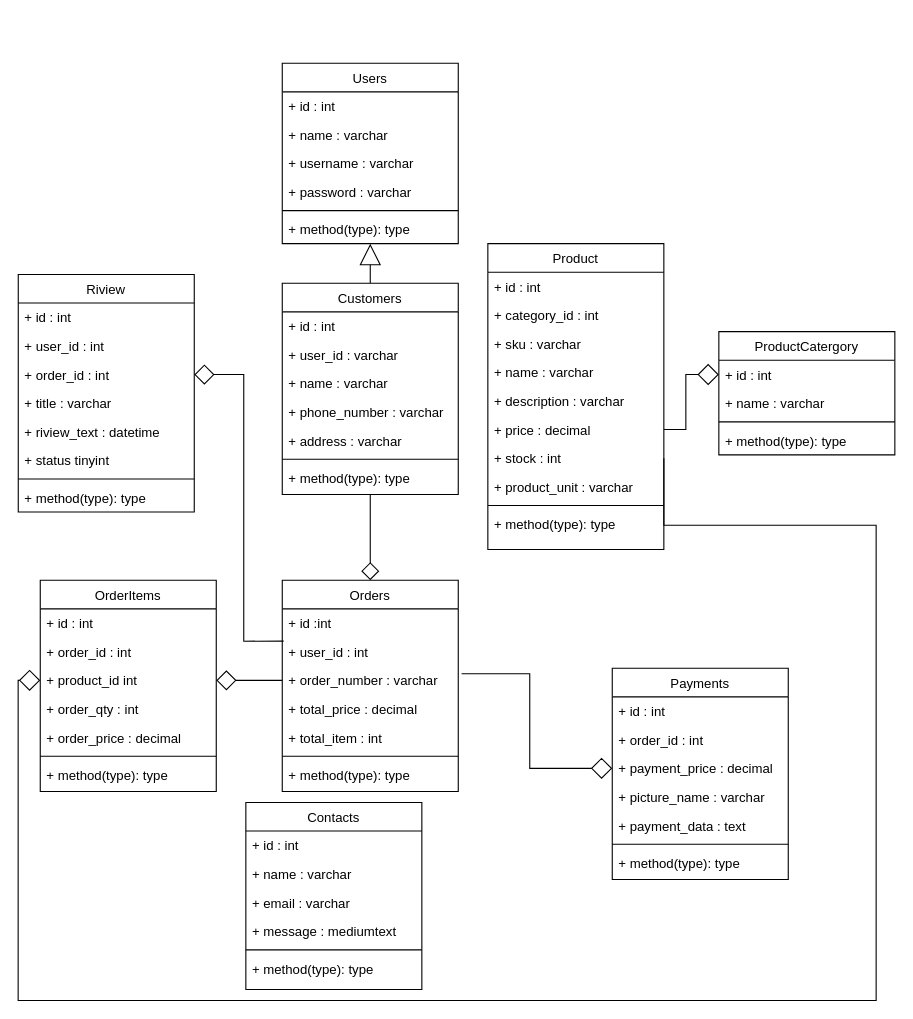
This is page "Page-1" (1 of 7) of File_Proyek3/diagram class.drawio from aldinurhanudin/Vmart_API, a draw.io file, before an edit. Source tidied: cells renumbered, new cells numbered last; positions are measured from the earlier drawing's top-left corner, leaving out a move shared by most shapes. Both pictures are drawn from the tidied source at 110%, with x=0, y=0 at pixel (18, 63).
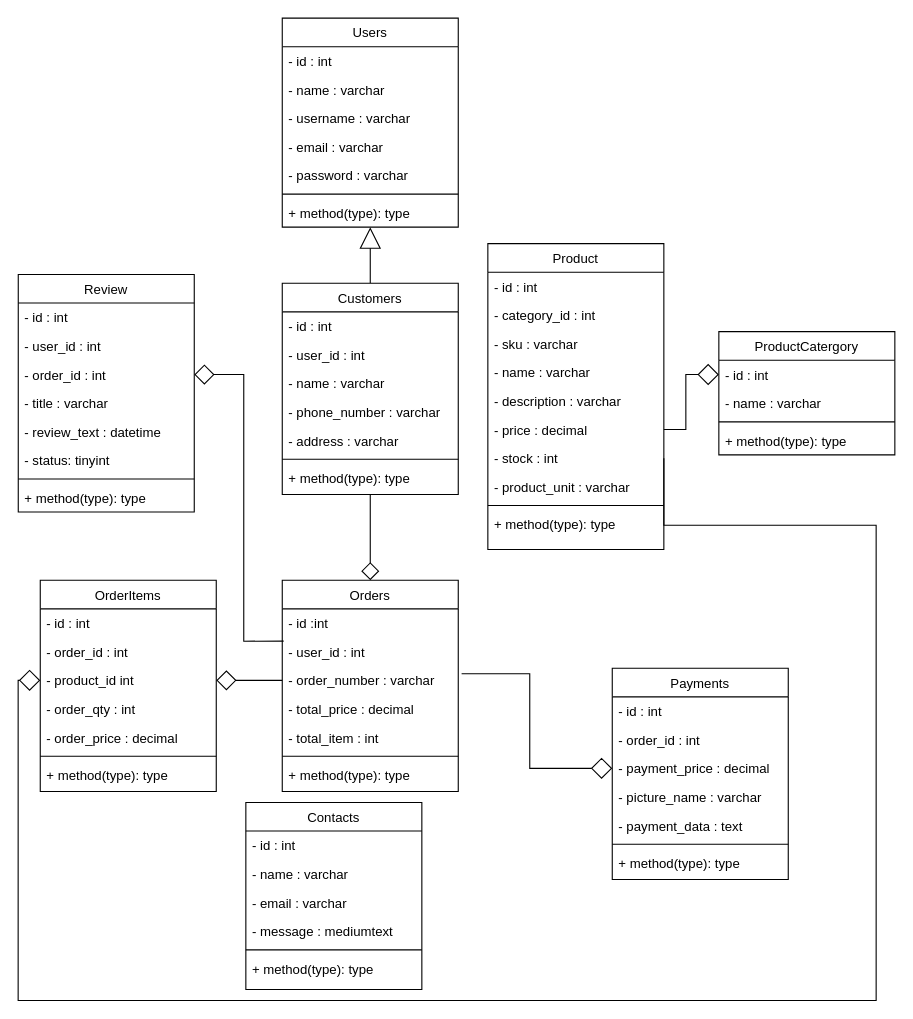
After the change.

Commit message:
revisi diagram class

Unchanged cells that the change refers to:
```xml
<mxCell id="2" value="Contacts" style="swimlane;fontStyle=0;align=center;verticalAlign=top;horizontal=1;startSize=26;rounded=0;shadow=0;strokeWidth=1;" parent="1" vertex="1">
  <mxGeometry x="207" y="672" width="160" height="170" as="geometry" />
</mxCell>
<mxCell id="10" value="Customers" style="swimlane;fontStyle=0;align=center;verticalAlign=top;horizontal=1;startSize=26;rounded=0;shadow=0;strokeWidth=1;" parent="1" vertex="1">
  <mxGeometry x="240.1" y="200" width="160" height="192" as="geometry" />
</mxCell>
<mxCell id="18" value="Product" style="swimlane;fontStyle=0;align=center;verticalAlign=top;horizontal=1;startSize=26;rounded=0;shadow=0;strokeWidth=1;" parent="1" vertex="1">
  <mxGeometry x="427" y="164" width="160" height="278" as="geometry" />
</mxCell>
<mxCell id="29" value="Payments" style="swimlane;fontStyle=0;align=center;verticalAlign=top;horizontal=1;startSize=26;rounded=0;shadow=0;strokeWidth=1;" parent="1" vertex="1">
  <mxGeometry x="540.1" y="550" width="160" height="192" as="geometry" />
</mxCell>
<mxCell id="45" value="Orders" style="swimlane;fontStyle=0;align=center;verticalAlign=top;horizontal=1;startSize=26;rounded=0;shadow=0;strokeWidth=1;" parent="1" vertex="1">
  <mxGeometry x="240.1" y="470" width="160" height="192" as="geometry" />
</mxCell>
<mxCell id="53" value="OrderItems" style="swimlane;fontStyle=0;align=center;verticalAlign=top;horizontal=1;startSize=26;rounded=0;shadow=0;strokeWidth=1;" parent="1" vertex="1">
  <mxGeometry x="20.1" y="470" width="160" height="192" as="geometry" />
</mxCell>
<mxCell id="61" value="ProductCatergory" style="swimlane;fontStyle=0;align=center;verticalAlign=top;horizontal=1;startSize=26;rounded=0;shadow=0;strokeWidth=1;" parent="1" vertex="1">
  <mxGeometry x="637" y="244" width="160" height="112" as="geometry" />
</mxCell>
```

Change to the diagram source:
```diff
@@
-    <mxCell id="3" value="+ id : int" style="text;align=left;verticalAlign=top;spacingLeft=4;spacingRight=4;overflow=hidden;" parent="2" vertex="1">
+    <mxCell id="3" value="- id : int" style="text;align=left;verticalAlign=top;spacingLeft=4;spacingRight=4;overflow=hidden;" parent="2" vertex="1">
       <mxGeometry y="26" width="160" height="26" as="geometry" />
     </mxCell>
-    <mxCell id="4" value="+ name : varchar" style="text;align=left;verticalAlign=top;spacingLeft=4;spacingRight=4;overflow=hidden;rounded=0;shadow=0;html=0;" parent="2" vertex="1">
+    <mxCell id="4" value="- name : varchar" style="text;align=left;verticalAlign=top;spacingLeft=4;spacingRight=4;overflow=hidden;rounded=0;shadow=0;html=0;" parent="2" vertex="1">
       <mxGeometry y="52" width="160" height="26" as="geometry" />
     </mxCell>
-    <mxCell id="5" value="+ email : varchar" style="text;align=left;verticalAlign=top;spacingLeft=4;spacingRight=4;overflow=hidden;rounded=0;shadow=0;html=0;" parent="2" vertex="1">
+    <mxCell id="5" value="- email : varchar" style="text;align=left;verticalAlign=top;spacingLeft=4;spacingRight=4;overflow=hidden;rounded=0;shadow=0;html=0;" parent="2" vertex="1">
       <mxGeometry y="78" width="160" height="26" as="geometry" />
     </mxCell>
-    <mxCell id="6" value="+ message : mediumtext" style="text;align=left;verticalAlign=top;spacingLeft=4;spacingRight=4;overflow=hidden;rounded=0;shadow=0;html=0;" parent="2" vertex="1">
+    <mxCell id="6" value="- message : mediumtext" style="text;align=left;verticalAlign=top;spacingLeft=4;spacingRight=4;overflow=hidden;rounded=0;shadow=0;html=0;" parent="2" vertex="1">
       <mxGeometry y="104" width="160" height="26" as="geometry" />
     </mxCell>
@@
-    <mxCell id="11" value="+ id : int" style="text;align=left;verticalAlign=top;spacingLeft=4;spacingRight=4;overflow=hidden;" parent="10" vertex="1">
+    <mxCell id="11" value="- id : int" style="text;align=left;verticalAlign=top;spacingLeft=4;spacingRight=4;overflow=hidden;" parent="10" vertex="1">
       <mxGeometry y="26" width="160" height="26" as="geometry" />
     </mxCell>
-    <mxCell id="12" value="+ user_id : varchar" style="text;align=left;verticalAlign=top;spacingLeft=4;spacingRight=4;overflow=hidden;rounded=0;shadow=0;html=0;" parent="10" vertex="1">
+    <mxCell id="12" value="- user_id : int" style="text;align=left;verticalAlign=top;spacingLeft=4;spacingRight=4;overflow=hidden;rounded=0;shadow=0;html=0;" parent="10" vertex="1">
       <mxGeometry y="52" width="160" height="26" as="geometry" />
     </mxCell>
-    <mxCell id="13" value="+ name : varchar" style="text;align=left;verticalAlign=top;spacingLeft=4;spacingRight=4;overflow=hidden;rounded=0;shadow=0;html=0;" parent="10" vertex="1">
+    <mxCell id="13" value="- name : varchar" style="text;align=left;verticalAlign=top;spacingLeft=4;spacingRight=4;overflow=hidden;rounded=0;shadow=0;html=0;" parent="10" vertex="1">
       <mxGeometry y="78" width="160" height="26" as="geometry" />
     </mxCell>
-    <mxCell id="14" value="+ phone_number : varchar" style="text;align=left;verticalAlign=top;spacingLeft=4;spacingRight=4;overflow=hidden;rounded=0;shadow=0;html=0;" parent="10" vertex="1">
+    <mxCell id="14" value="- phone_number : varchar" style="text;align=left;verticalAlign=top;spacingLeft=4;spacingRight=4;overflow=hidden;rounded=0;shadow=0;html=0;" parent="10" vertex="1">
       <mxGeometry y="104" width="160" height="26" as="geometry" />
     </mxCell>
-    <mxCell id="15" value="+ address : varchar" style="text;align=left;verticalAlign=top;spacingLeft=4;spacingRight=4;overflow=hidden;rounded=0;shadow=0;html=0;" parent="10" vertex="1">
+    <mxCell id="15" value="- address : varchar" style="text;align=left;verticalAlign=top;spacingLeft=4;spacingRight=4;overflow=hidden;rounded=0;shadow=0;html=0;" parent="10" vertex="1">
       <mxGeometry y="130" width="160" height="26" as="geometry" />
     </mxCell>
@@
-    <mxCell id="19" value="+ id : int" style="text;align=left;verticalAlign=top;spacingLeft=4;spacingRight=4;overflow=hidden;" parent="18" vertex="1">
+    <mxCell id="19" value="- id : int" style="text;align=left;verticalAlign=top;spacingLeft=4;spacingRight=4;overflow=hidden;" parent="18" vertex="1">
       <mxGeometry y="26" width="160" height="26" as="geometry" />
     </mxCell>
-    <mxCell id="20" value="+ category_id : int" style="text;align=left;verticalAlign=top;spacingLeft=4;spacingRight=4;overflow=hidden;" parent="18" vertex="1">
+    <mxCell id="20" value="- category_id : int" style="text;align=left;verticalAlign=top;spacingLeft=4;spacingRight=4;overflow=hidden;" parent="18" vertex="1">
       <mxGeometry y="52" width="160" height="26" as="geometry" />
     </mxCell>
-    <mxCell id="21" value="+ sku : varchar" style="text;align=left;verticalAlign=top;spacingLeft=4;spacingRight=4;overflow=hidden;" parent="18" vertex="1">
+    <mxCell id="21" value="- sku : varchar" style="text;align=left;verticalAlign=top;spacingLeft=4;spacingRight=4;overflow=hidden;" parent="18" vertex="1">
       <mxGeometry y="78" width="160" height="26" as="geometry" />
     </mxCell>
-    <mxCell id="22" value="+ name : varchar" style="text;align=left;verticalAlign=top;spacingLeft=4;spacingRight=4;overflow=hidden;" parent="18" vertex="1">
+    <mxCell id="22" value="- name : varchar" style="text;align=left;verticalAlign=top;spacingLeft=4;spacingRight=4;overflow=hidden;" parent="18" vertex="1">
       <mxGeometry y="104" width="160" height="26" as="geometry" />
     </mxCell>
-    <mxCell id="23" value="+ description : varchar" style="text;align=left;verticalAlign=top;spacingLeft=4;spacingRight=4;overflow=hidden;" parent="18" vertex="1">
+    <mxCell id="23" value="- description : varchar" style="text;align=left;verticalAlign=top;spacingLeft=4;spacingRight=4;overflow=hidden;" parent="18" vertex="1">
       <mxGeometry y="130" width="160" height="26" as="geometry" />
     </mxCell>
-    <mxCell id="24" value="+ price : decimal" style="text;align=left;verticalAlign=top;spacingLeft=4;spacingRight=4;overflow=hidden;points=[[0,0.5],[1,0.5]];portConstraint=eastwest;" parent="18" vertex="1">
+    <mxCell id="24" value="- price : decimal" style="text;align=left;verticalAlign=top;spacingLeft=4;spacingRight=4;overflow=hidden;points=[[0,0.5],[1,0.5]];portConstraint=eastwest;" parent="18" vertex="1">
       <mxGeometry y="156" width="160" height="26" as="geometry" />
     </mxCell>
-    <mxCell id="25" value="+ stock : int" style="text;align=left;verticalAlign=top;spacingLeft=4;spacingRight=4;overflow=hidden;points=[[0,0.5],[1,0.5]];portConstraint=eastwest;" parent="18" vertex="1">
+    <mxCell id="25" value="- stock : int" style="text;align=left;verticalAlign=top;spacingLeft=4;spacingRight=4;overflow=hidden;points=[[0,0.5],[1,0.5]];portConstraint=eastwest;" parent="18" vertex="1">
       <mxGeometry y="182" width="160" height="26" as="geometry" />
     </mxCell>
-    <mxCell id="26" value="+ product_unit : varchar" style="text;align=left;verticalAlign=top;spacingLeft=4;spacingRight=4;overflow=hidden;" parent="18" vertex="1">
+    <mxCell id="26" value="- product_unit : varchar" style="text;align=left;verticalAlign=top;spacingLeft=4;spacingRight=4;overflow=hidden;" parent="18" vertex="1">
       <mxGeometry y="208" width="160" height="26" as="geometry" />
     </mxCell>
@@
-    <mxCell id="30" value="+ id : int" style="text;align=left;verticalAlign=top;spacingLeft=4;spacingRight=4;overflow=hidden;" parent="29" vertex="1">
+    <mxCell id="30" value="- id : int" style="text;align=left;verticalAlign=top;spacingLeft=4;spacingRight=4;overflow=hidden;" parent="29" vertex="1">
       <mxGeometry y="26" width="160" height="26" as="geometry" />
     </mxCell>
-    <mxCell id="31" value="+ order_id : int" style="text;align=left;verticalAlign=top;spacingLeft=4;spacingRight=4;overflow=hidden;rounded=0;shadow=0;html=0;" parent="29" vertex="1">
+    <mxCell id="31" value="- order_id : int" style="text;align=left;verticalAlign=top;spacingLeft=4;spacingRight=4;overflow=hidden;rounded=0;shadow=0;html=0;" parent="29" vertex="1">
       <mxGeometry y="52" width="160" height="26" as="geometry" />
     </mxCell>
-    <mxCell id="32" value="+ payment_price : decimal" style="text;align=left;verticalAlign=top;spacingLeft=4;spacingRight=4;overflow=hidden;points=[[0,0.5],[1,0.5]];portConstraint=eastwest;rounded=0;shadow=0;html=0;" parent="29" vertex="1">
+    <mxCell id="32" value="- payment_price : decimal" style="text;align=left;verticalAlign=top;spacingLeft=4;spacingRight=4;overflow=hidden;points=[[0,0.5],[1,0.5]];portConstraint=eastwest;rounded=0;shadow=0;html=0;" parent="29" vertex="1">
       <mxGeometry y="78" width="160" height="26" as="geometry" />
     </mxCell>
-    <mxCell id="33" value="+ picture_name : varchar" style="text;align=left;verticalAlign=top;spacingLeft=4;spacingRight=4;overflow=hidden;rounded=0;shadow=0;html=0;" parent="29" vertex="1">
+    <mxCell id="33" value="- picture_name : varchar" style="text;align=left;verticalAlign=top;spacingLeft=4;spacingRight=4;overflow=hidden;rounded=0;shadow=0;html=0;" parent="29" vertex="1">
       <mxGeometry y="104" width="160" height="26" as="geometry" />
     </mxCell>
-    <mxCell id="34" value="+ payment_data : text" style="text;align=left;verticalAlign=top;spacingLeft=4;spacingRight=4;overflow=hidden;rounded=0;shadow=0;html=0;" parent="29" vertex="1">
+    <mxCell id="34" value="- payment_data : text" style="text;align=left;verticalAlign=top;spacingLeft=4;spacingRight=4;overflow=hidden;rounded=0;shadow=0;html=0;" parent="29" vertex="1">
       <mxGeometry y="130" width="160" height="26" as="geometry" />
     </mxCell>
@@
     <mxCell id="37" value="Users" style="swimlane;fontStyle=0;align=center;verticalAlign=top;horizontal=1;startSize=26;rounded=0;shadow=0;strokeWidth=1;" parent="1" vertex="1">
-      <mxGeometry x="240.1" width="160" height="164" as="geometry" />
+      <mxGeometry x="240.1" y="-41" width="160" height="190" as="geometry" />
     </mxCell>
-    <mxCell id="38" value="+ id : int" style="text;align=left;verticalAlign=top;spacingLeft=4;spacingRight=4;overflow=hidden;" parent="37" vertex="1">
+    <mxCell id="38" value="- id : int" style="text;align=left;verticalAlign=top;spacingLeft=4;spacingRight=4;overflow=hidden;" parent="37" vertex="1">
       <mxGeometry y="26" width="160" height="26" as="geometry" />
     </mxCell>
-    <mxCell id="39" value="+ name : varchar" style="text;align=left;verticalAlign=top;spacingLeft=4;spacingRight=4;overflow=hidden;" parent="37" vertex="1">
+    <mxCell id="39" value="- name : varchar" style="text;align=left;verticalAlign=top;spacingLeft=4;spacingRight=4;overflow=hidden;" parent="37" vertex="1">
       <mxGeometry y="52" width="160" height="26" as="geometry" />
     </mxCell>
-    <mxCell id="40" value="+ username : varchar" style="text;align=left;verticalAlign=top;spacingLeft=4;spacingRight=4;overflow=hidden;" parent="37" vertex="1">
+    <mxCell id="40" value="- username : varchar" style="text;align=left;verticalAlign=top;spacingLeft=4;spacingRight=4;overflow=hidden;" parent="37" vertex="1">
       <mxGeometry y="78" width="160" height="26" as="geometry" />
     </mxCell>
+    <mxCell id="80" value="- email : varchar" style="text;align=left;verticalAlign=top;spacingLeft=4;spacingRight=4;overflow=hidden;" parent="37" vertex="1">
+      <mxGeometry y="104" width="160" height="26" as="geometry" />
+    </mxCell>
-    <mxCell id="41" value="+ password : varchar" style="text;align=left;verticalAlign=top;spacingLeft=4;spacingRight=4;overflow=hidden;" parent="37" vertex="1">
-      <mxGeometry y="104" width="160" height="26" as="geometry" />
+    <mxCell id="41" value="- password : varchar" style="text;align=left;verticalAlign=top;spacingLeft=4;spacingRight=4;overflow=hidden;" parent="37" vertex="1">
+      <mxGeometry y="130" width="160" height="26" as="geometry" />
     </mxCell>
     <mxCell id="42" style="line;html=1;strokeWidth=1;align=left;verticalAlign=middle;spacingTop=-1;spacingLeft=3;spacingRight=3;labelPosition=right;" parent="37" vertex="1">
-      <mxGeometry y="130" width="160" height="8" as="geometry" />
+      <mxGeometry y="156" width="160" height="8" as="geometry" />
     </mxCell>
     <mxCell id="43" value="+ method(type): type" style="text;strokeColor=none;fillColor=none;align=left;verticalAlign=top;spacingLeft=4;spacingRight=4;overflow=hidden;" parent="37" vertex="1">
-      <mxGeometry y="138" width="160" height="26" as="geometry" />
+      <mxGeometry y="164" width="160" height="26" as="geometry" />
     </mxCell>
@@
-    <mxCell id="46" value="+ id :int " style="text;align=left;verticalAlign=top;spacingLeft=4;spacingRight=4;overflow=hidden;" parent="45" vertex="1">
+    <mxCell id="46" value="- id :int " style="text;align=left;verticalAlign=top;spacingLeft=4;spacingRight=4;overflow=hidden;" parent="45" vertex="1">
       <mxGeometry y="26" width="160" height="26" as="geometry" />
     </mxCell>
-    <mxCell id="47" value="+ user_id : int" style="text;align=left;verticalAlign=top;spacingLeft=4;spacingRight=4;overflow=hidden;points=[[0,0.5],[1,0.5]];portConstraint=eastwest;" parent="45" vertex="1">
+    <mxCell id="47" value="- user_id : int" style="text;align=left;verticalAlign=top;spacingLeft=4;spacingRight=4;overflow=hidden;points=[[0,0.5],[1,0.5]];portConstraint=eastwest;" parent="45" vertex="1">
       <mxGeometry y="52" width="160" height="26" as="geometry" />
     </mxCell>
-    <mxCell id="48" value="+ order_number : varchar" style="text;align=left;verticalAlign=top;spacingLeft=4;spacingRight=4;overflow=hidden;points=[[0,0.5],[1,0.5]];portConstraint=eastwest;" parent="45" vertex="1">
+    <mxCell id="48" value="- order_number : varchar" style="text;align=left;verticalAlign=top;spacingLeft=4;spacingRight=4;overflow=hidden;points=[[0,0.5],[1,0.5]];portConstraint=eastwest;" parent="45" vertex="1">
       <mxGeometry y="78" width="160" height="26" as="geometry" />
     </mxCell>
-    <mxCell id="49" value="+ total_price : decimal" style="text;align=left;verticalAlign=top;spacingLeft=4;spacingRight=4;overflow=hidden;" parent="45" vertex="1">
+    <mxCell id="49" value="- total_price : decimal" style="text;align=left;verticalAlign=top;spacingLeft=4;spacingRight=4;overflow=hidden;" parent="45" vertex="1">
       <mxGeometry y="104" width="160" height="26" as="geometry" />
     </mxCell>
-    <mxCell id="50" value="+ total_item : int" style="text;align=left;verticalAlign=top;spacingLeft=4;spacingRight=4;overflow=hidden;" parent="45" vertex="1">
+    <mxCell id="50" value="- total_item : int" style="text;align=left;verticalAlign=top;spacingLeft=4;spacingRight=4;overflow=hidden;" parent="45" vertex="1">
       <mxGeometry y="130" width="160" height="26" as="geometry" />
     </mxCell>
@@
-    <mxCell id="54" value="+ id : int" style="text;align=left;verticalAlign=top;spacingLeft=4;spacingRight=4;overflow=hidden;" parent="53" vertex="1">
+    <mxCell id="54" value="- id : int" style="text;align=left;verticalAlign=top;spacingLeft=4;spacingRight=4;overflow=hidden;" parent="53" vertex="1">
       <mxGeometry y="26" width="160" height="26" as="geometry" />
     </mxCell>
-    <mxCell id="55" value="+ order_id : int" style="text;align=left;verticalAlign=top;spacingLeft=4;spacingRight=4;overflow=hidden;" parent="53" vertex="1">
+    <mxCell id="55" value="- order_id : int" style="text;align=left;verticalAlign=top;spacingLeft=4;spacingRight=4;overflow=hidden;" parent="53" vertex="1">
       <mxGeometry y="52" width="160" height="26" as="geometry" />
     </mxCell>
-    <mxCell id="56" value="+ product_id int" style="text;align=left;verticalAlign=top;spacingLeft=4;spacingRight=4;overflow=hidden;points=[[0,0.5],[1,0.5]];portConstraint=eastwest;" parent="53" vertex="1">
+    <mxCell id="56" value="- product_id int" style="text;align=left;verticalAlign=top;spacingLeft=4;spacingRight=4;overflow=hidden;points=[[0,0.5],[1,0.5]];portConstraint=eastwest;" parent="53" vertex="1">
       <mxGeometry y="78" width="160" height="26" as="geometry" />
     </mxCell>
-    <mxCell id="57" value="+ order_qty : int" style="text;align=left;verticalAlign=top;spacingLeft=4;spacingRight=4;overflow=hidden;" parent="53" vertex="1">
+    <mxCell id="57" value="- order_qty : int" style="text;align=left;verticalAlign=top;spacingLeft=4;spacingRight=4;overflow=hidden;" parent="53" vertex="1">
       <mxGeometry y="104" width="160" height="26" as="geometry" />
     </mxCell>
-    <mxCell id="58" value="+ order_price : decimal" style="text;align=left;verticalAlign=top;spacingLeft=4;spacingRight=4;overflow=hidden;" parent="53" vertex="1">
+    <mxCell id="58" value="- order_price : decimal" style="text;align=left;verticalAlign=top;spacingLeft=4;spacingRight=4;overflow=hidden;" parent="53" vertex="1">
       <mxGeometry y="130" width="160" height="26" as="geometry" />
     </mxCell>
@@
-    <mxCell id="62" value="+ id : int" style="text;align=left;verticalAlign=top;spacingLeft=4;spacingRight=4;overflow=hidden;points=[[0,0.5],[1,0.5]];portConstraint=eastwest;" parent="61" vertex="1">
+    <mxCell id="62" value="- id : int" style="text;align=left;verticalAlign=top;spacingLeft=4;spacingRight=4;overflow=hidden;points=[[0,0.5],[1,0.5]];portConstraint=eastwest;" parent="61" vertex="1">
       <mxGeometry y="26" width="160" height="26" as="geometry" />
     </mxCell>
-    <mxCell id="63" value="+ name : varchar" style="text;align=left;verticalAlign=top;spacingLeft=4;spacingRight=4;overflow=hidden;" parent="61" vertex="1">
+    <mxCell id="63" value="- name : varchar" style="text;align=left;verticalAlign=top;spacingLeft=4;spacingRight=4;overflow=hidden;" parent="61" vertex="1">
       <mxGeometry y="52" width="160" height="26" as="geometry" />
     </mxCell>
@@
-    <mxCell id="66" value="Riview" style="swimlane;fontStyle=0;align=center;verticalAlign=top;horizontal=1;startSize=26;rounded=0;shadow=0;strokeWidth=1;" parent="1" vertex="1">
+    <mxCell id="66" value="Review" style="swimlane;fontStyle=0;align=center;verticalAlign=top;horizontal=1;startSize=26;rounded=0;shadow=0;strokeWidth=1;" parent="1" vertex="1">
       <mxGeometry x="0.1" y="192" width="160" height="216" as="geometry" />
     </mxCell>
-    <mxCell id="67" value="+ id : int" style="text;align=left;verticalAlign=top;spacingLeft=4;spacingRight=4;overflow=hidden;" parent="66" vertex="1">
+    <mxCell id="67" value="- id : int" style="text;align=left;verticalAlign=top;spacingLeft=4;spacingRight=4;overflow=hidden;" parent="66" vertex="1">
       <mxGeometry y="26" width="160" height="26" as="geometry" />
     </mxCell>
-    <mxCell id="68" value="+ user_id : int" style="text;align=left;verticalAlign=top;spacingLeft=4;spacingRight=4;overflow=hidden;" parent="66" vertex="1">
+    <mxCell id="68" value="- user_id : int" style="text;align=left;verticalAlign=top;spacingLeft=4;spacingRight=4;overflow=hidden;" parent="66" vertex="1">
       <mxGeometry y="52" width="160" height="26" as="geometry" />
     </mxCell>
-    <mxCell id="69" value="+ order_id : int" style="text;align=left;verticalAlign=top;spacingLeft=4;spacingRight=4;overflow=hidden;points=[[0,0.5],[1,0.5]];portConstraint=eastwest;" parent="66" vertex="1">
+    <mxCell id="69" value="- order_id : int" style="text;align=left;verticalAlign=top;spacingLeft=4;spacingRight=4;overflow=hidden;points=[[0,0.5],[1,0.5]];portConstraint=eastwest;" parent="66" vertex="1">
       <mxGeometry y="78" width="160" height="26" as="geometry" />
     </mxCell>
-    <mxCell id="70" value="+ title : varchar" style="text;align=left;verticalAlign=top;spacingLeft=4;spacingRight=4;overflow=hidden;" parent="66" vertex="1">
+    <mxCell id="70" value="- title : varchar" style="text;align=left;verticalAlign=top;spacingLeft=4;spacingRight=4;overflow=hidden;" parent="66" vertex="1">
       <mxGeometry y="104" width="160" height="26" as="geometry" />
     </mxCell>
-    <mxCell id="71" value="+ riview_text : datetime" style="text;align=left;verticalAlign=top;spacingLeft=4;spacingRight=4;overflow=hidden;" parent="66" vertex="1">
+    <mxCell id="71" value="- review_text : datetime" style="text;align=left;verticalAlign=top;spacingLeft=4;spacingRight=4;overflow=hidden;" parent="66" vertex="1">
       <mxGeometry y="130" width="160" height="26" as="geometry" />
     </mxCell>
-    <mxCell id="72" value="+ status tinyint" style="text;align=left;verticalAlign=top;spacingLeft=4;spacingRight=4;overflow=hidden;" parent="66" vertex="1">
+    <mxCell id="72" value="- status: tinyint" style="text;align=left;verticalAlign=top;spacingLeft=4;spacingRight=4;overflow=hidden;" parent="66" vertex="1">
       <mxGeometry y="156" width="160" height="26" as="geometry" />
     </mxCell>
```
